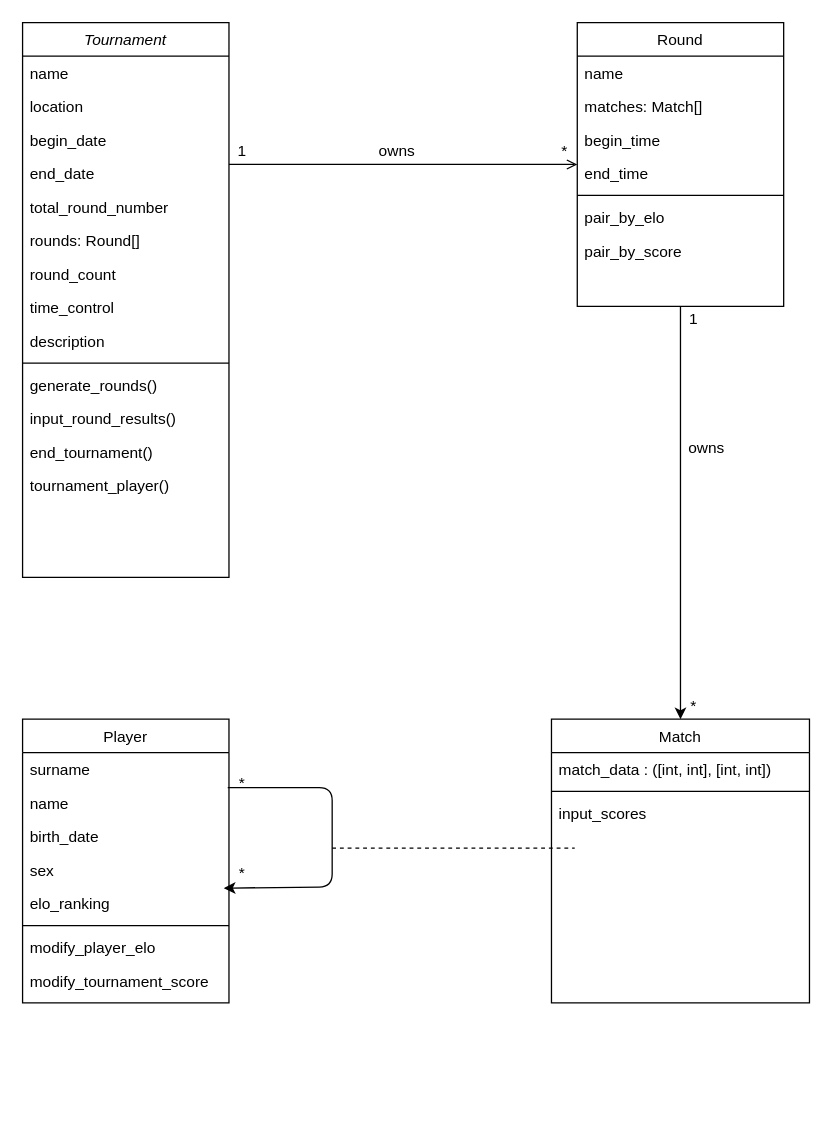
Before: class_diagram_chess.drawio in YoannDeb/chess_tournament, a draw.io diagram. Source tidied: cells renumbered, new cells numbered last; positions are measured from the earlier drawing's top-left corner, leaving out a move shared by most shapes. Both pictures are drawn from the tidied source at 129%, with x=0, y=0 at pixel (22, 22).
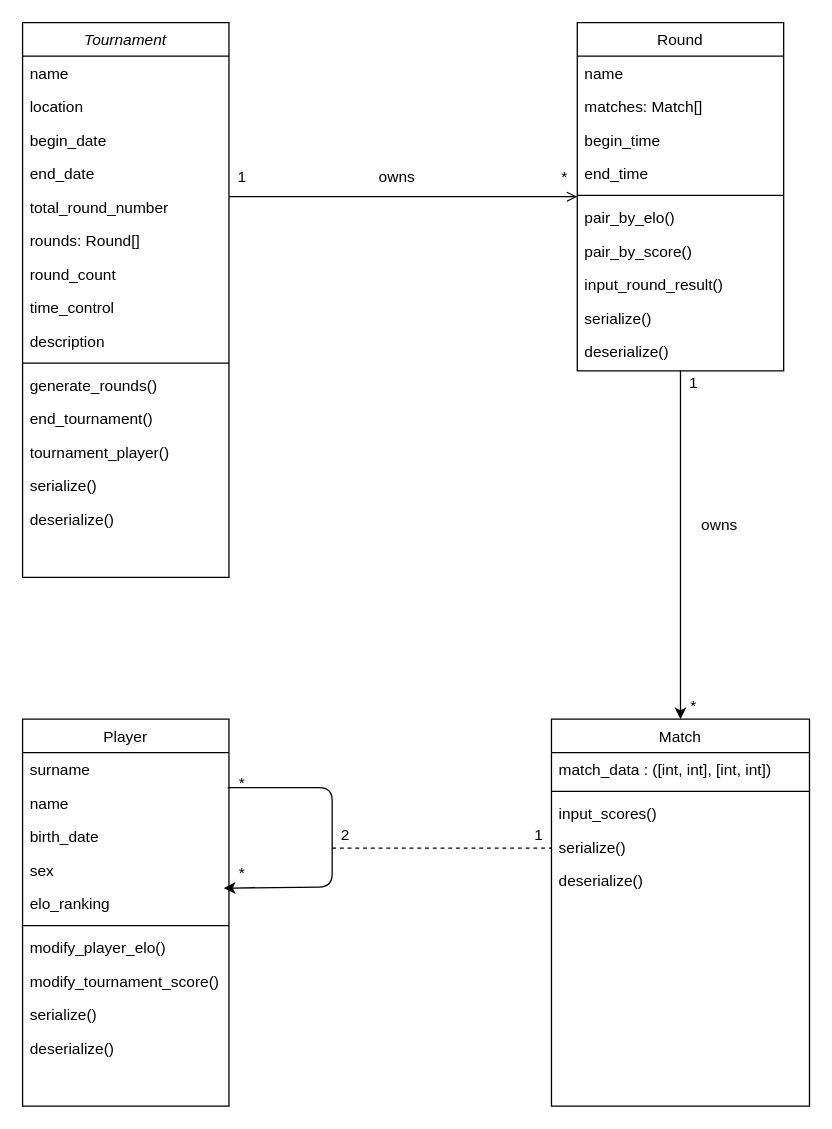
After the change.

Commit message:
doc: class diagram updated

Unchanged cells that the change refers to:
```xml
<mxCell id="2" value="Tournament" style="swimlane;fontStyle=2;align=center;verticalAlign=top;horizontal=1;startSize=26;rounded=0;shadow=0;strokeWidth=1;" parent="1" vertex="1">
  <mxGeometry width="160" height="430" as="geometry" />
</mxCell>
```

Change to the diagram source:
```diff
@@
-    <mxCell id="14" value="input_round_results()" style="text;align=left;verticalAlign=top;spacingLeft=4;spacingRight=4;overflow=hidden;" parent="2" vertex="1">
-      <mxGeometry y="294" width="160" height="26" as="geometry" />
-    </mxCell>
     <mxCell id="15" value="end_tournament()" style="text;align=left;verticalAlign=top;spacingLeft=4;spacingRight=4;overflow=hidden;" parent="2" vertex="1">
-      <mxGeometry y="320" width="160" height="26" as="geometry" />
+      <mxGeometry y="294" width="160" height="26" as="geometry" />
     </mxCell>
     <mxCell id="16" value="tournament_player()" style="text;align=left;verticalAlign=top;spacingLeft=4;spacingRight=4;overflow=hidden;" parent="2" vertex="1">
-      <mxGeometry y="346" width="160" height="26" as="geometry" />
+      <mxGeometry y="320" width="160" height="26" as="geometry" />
     </mxCell>
+    <mxCell id="50" value="serialize()" style="text;align=left;verticalAlign=top;spacingLeft=4;spacingRight=4;overflow=hidden;" parent="2" vertex="1">
+      <mxGeometry y="346" width="160" height="26" as="geometry" />
+    </mxCell>
+    <mxCell id="51" value="deserialize()" style="text;align=left;verticalAlign=top;spacingLeft=4;spacingRight=4;overflow=hidden;" parent="2" vertex="1">
+      <mxGeometry y="372" width="160" height="26" as="geometry" />
+    </mxCell>
     <mxCell id="17" value="Player" style="swimlane;fontStyle=0;align=center;verticalAlign=top;horizontal=1;startSize=26;rounded=0;shadow=0;strokeWidth=1;" parent="1" vertex="1">
-      <mxGeometry y="540" width="160" height="220" as="geometry" />
+      <mxGeometry y="540" width="160" height="300" as="geometry" />
     </mxCell>
@@
-    <mxCell id="24" value="modify_player_elo" style="text;align=left;verticalAlign=top;spacingLeft=4;spacingRight=4;overflow=hidden;" parent="17" vertex="1">
+    <mxCell id="24" value="modify_player_elo()" style="text;align=left;verticalAlign=top;spacingLeft=4;spacingRight=4;overflow=hidden;" parent="17" vertex="1">
       <mxGeometry y="164" width="160" height="26" as="geometry" />
     </mxCell>
@@
-    <mxCell id="26" value="modify_tournament_score" style="text;align=left;verticalAlign=top;spacingLeft=4;spacingRight=4;overflow=hidden;" parent="17" vertex="1">
+    <mxCell id="26" value="modify_tournament_score()" style="text;align=left;verticalAlign=top;spacingLeft=4;spacingRight=4;overflow=hidden;" parent="17" vertex="1">
       <mxGeometry y="190" width="160" height="26" as="geometry" />
     </mxCell>
+    <mxCell id="52" value="serialize()" style="text;align=left;verticalAlign=top;spacingLeft=4;spacingRight=4;overflow=hidden;" parent="17" vertex="1">
+      <mxGeometry y="216" width="160" height="26" as="geometry" />
+    </mxCell>
+    <mxCell id="53" value="deserialize()" style="text;align=left;verticalAlign=top;spacingLeft=4;spacingRight=4;overflow=hidden;" parent="17" vertex="1">
+      <mxGeometry y="242" width="160" height="26" as="geometry" />
+    </mxCell>
     <mxCell id="27" value="Match" style="swimlane;fontStyle=0;align=center;verticalAlign=top;horizontal=1;startSize=26;rounded=0;shadow=0;strokeWidth=1;" parent="1" vertex="1">
-      <mxGeometry x="410" y="540" width="200" height="220" as="geometry" />
+      <mxGeometry x="410" y="540" width="200" height="300" as="geometry" />
     </mxCell>
@@
-    <mxCell id="30" value="input_scores" style="text;align=left;verticalAlign=top;spacingLeft=4;spacingRight=4;overflow=hidden;" parent="27" vertex="1">
+    <mxCell id="30" value="input_scores()" style="text;align=left;verticalAlign=top;spacingLeft=4;spacingRight=4;overflow=hidden;" parent="27" vertex="1">
       <mxGeometry y="60" width="200" height="26" as="geometry" />
     </mxCell>
+    <mxCell id="54" value="serialize()" style="text;align=left;verticalAlign=top;spacingLeft=4;spacingRight=4;overflow=hidden;" parent="27" vertex="1">
+      <mxGeometry y="86" width="200" height="26" as="geometry" />
+    </mxCell>
+    <mxCell id="55" value="deserialize()" style="text;align=left;verticalAlign=top;spacingLeft=4;spacingRight=4;overflow=hidden;" parent="27" vertex="1">
+      <mxGeometry y="112" width="200" height="26" as="geometry" />
+    </mxCell>
     <mxCell id="31" value="Round" style="swimlane;fontStyle=0;align=center;verticalAlign=top;horizontal=1;startSize=26;rounded=0;shadow=0;strokeWidth=1;" parent="1" vertex="1">
-      <mxGeometry x="430" width="160" height="220" as="geometry" />
+      <mxGeometry x="430" width="160" height="270" as="geometry" />
     </mxCell>
@@
-    <mxCell id="37" value="pair_by_elo" style="text;align=left;verticalAlign=top;spacingLeft=4;spacingRight=4;overflow=hidden;" parent="31" vertex="1">
+    <mxCell id="37" value="pair_by_elo()" style="text;align=left;verticalAlign=top;spacingLeft=4;spacingRight=4;overflow=hidden;" parent="31" vertex="1">
       <mxGeometry y="138" width="160" height="26" as="geometry" />
     </mxCell>
-    <mxCell id="38" value="pair_by_score" style="text;align=left;verticalAlign=top;spacingLeft=4;spacingRight=4;overflow=hidden;" parent="31" vertex="1">
+    <mxCell id="38" value="pair_by_score()" style="text;align=left;verticalAlign=top;spacingLeft=4;spacingRight=4;overflow=hidden;" parent="31" vertex="1">
       <mxGeometry y="164" width="160" height="26" as="geometry" />
     </mxCell>
+    <mxCell id="56" value="input_round_result()" style="text;align=left;verticalAlign=top;spacingLeft=4;spacingRight=4;overflow=hidden;" parent="31" vertex="1">
+      <mxGeometry y="190" width="160" height="26" as="geometry" />
+    </mxCell>
+    <mxCell id="57" value="serialize()" style="text;align=left;verticalAlign=top;spacingLeft=4;spacingRight=4;overflow=hidden;" parent="31" vertex="1">
+      <mxGeometry y="216" width="160" height="26" as="geometry" />
+    </mxCell>
+    <mxCell id="58" value="deserialize()" style="text;align=left;verticalAlign=top;spacingLeft=4;spacingRight=4;overflow=hidden;" parent="31" vertex="1">
+      <mxGeometry y="242" width="160" height="26" as="geometry" />
+    </mxCell>
@@
     <mxCell id="41" value="owns" style="text;html=1;align=center;verticalAlign=middle;strokeColor=none;" parent="1" vertex="1">
-      <mxGeometry x="270" y="90" width="40" height="20" as="geometry" />
+      <mxGeometry x="270" y="110" width="40" height="20" as="geometry" />
     </mxCell>
     <mxCell id="42" value="owns" style="text;html=1;align=center;verticalAlign=middle;strokeColor=none;" parent="1" vertex="1">
-      <mxGeometry x="510" y="320" width="40" height="20" as="geometry" />
+      <mxGeometry x="520" y="380" width="40" height="20" as="geometry" />
     </mxCell>
     <mxCell id="43" value="1" style="text;html=1;align=center;verticalAlign=middle;strokeColor=none;" parent="1" vertex="1">
-      <mxGeometry x="160" y="90" width="20" height="20" as="geometry" />
+      <mxGeometry x="160" y="110" width="20" height="20" as="geometry" />
     </mxCell>
     <mxCell id="44" value="*" style="text;html=1;align=center;verticalAlign=middle;strokeColor=none;" parent="1" vertex="1">
-      <mxGeometry x="410" y="90" width="20" height="20" as="geometry" />
+      <mxGeometry x="410" y="110" width="20" height="20" as="geometry" />
     </mxCell>
     <mxCell id="45" value="1" style="text;html=1;align=center;verticalAlign=middle;strokeColor=none;" parent="1" vertex="1">
-      <mxGeometry x="510" y="220" width="20" height="20" as="geometry" />
+      <mxGeometry x="510" y="270" width="20" height="20" as="geometry" />
     </mxCell>
@@
     <mxCell id="47" style="endArrow=none;dashed=1;html=1;" parent="1" edge="1">
       <mxGeometry relative="1" as="geometry">
         <mxPoint x="240" y="640" as="sourcePoint" />
-        <mxPoint x="428" y="640" as="targetPoint" />
+        <mxPoint x="410" y="640" as="targetPoint" />
       </mxGeometry>
     </mxCell>
@@
+    <mxCell id="59" value="1" style="text;html=1;align=center;verticalAlign=middle;strokeColor=none;" parent="1" vertex="1">
+      <mxGeometry x="390" y="620" width="20" height="20" as="geometry" />
+    </mxCell>
+    <mxCell id="60" value="2" style="text;html=1;align=center;verticalAlign=middle;strokeColor=none;" parent="1" vertex="1">
+      <mxGeometry x="240" y="620" width="20" height="20" as="geometry" />
+    </mxCell>
```
